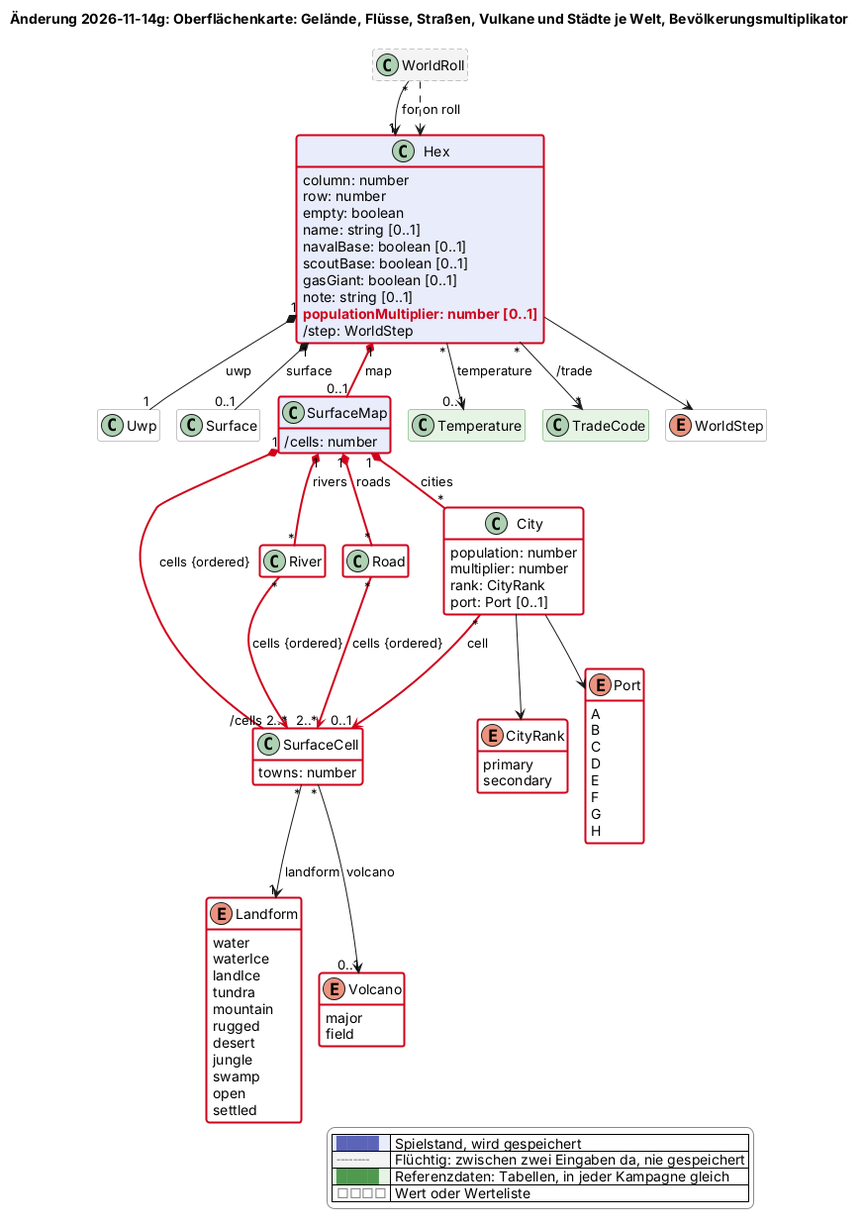
Above: docs/changes/2026-11-14-oberflaechenkarte.png in scuzzar/SRE (PlantUML), before the change.
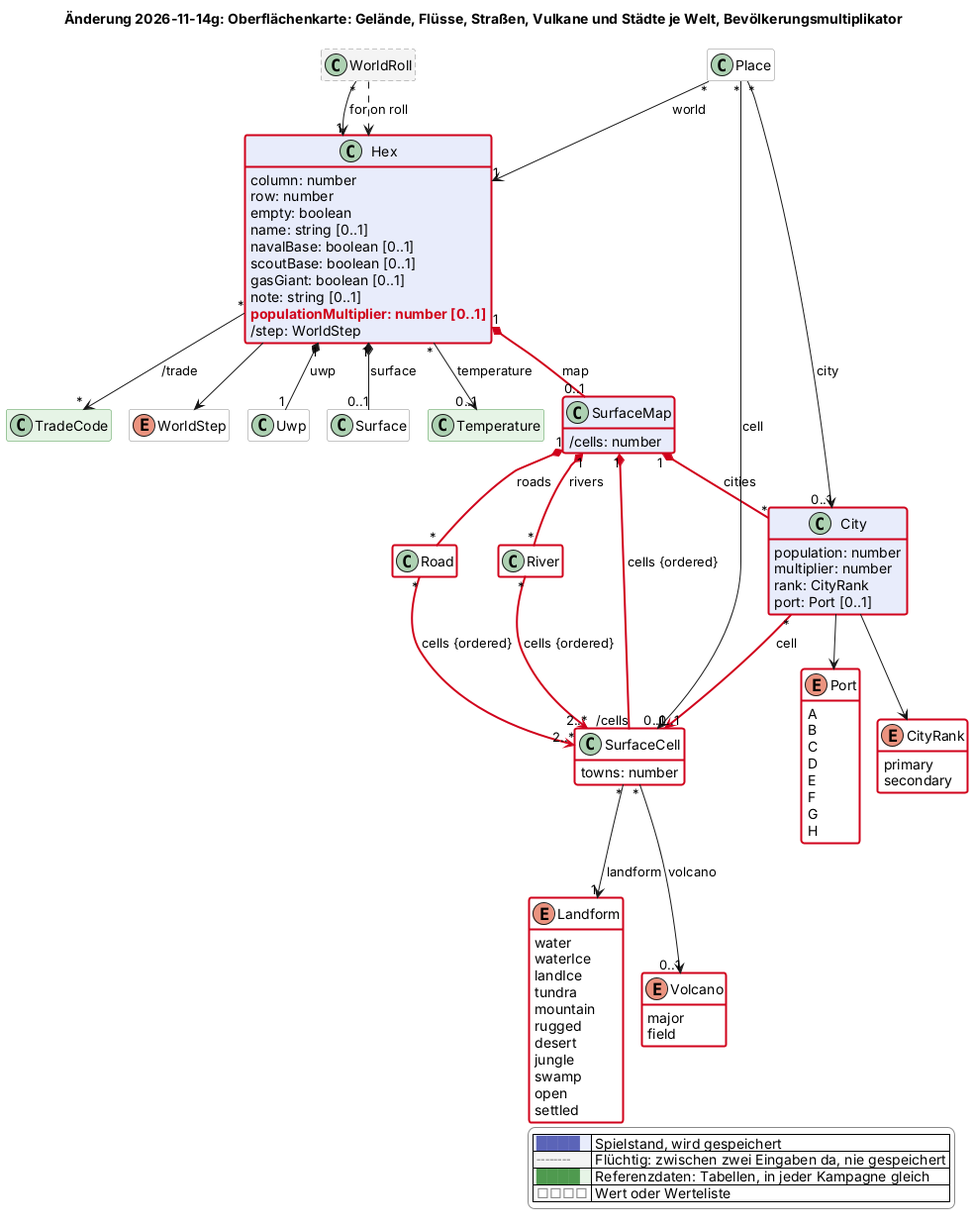
Above is the later version.

The edit, as a diff of the source:
```diff
@@ -115,7 +115,7 @@
     major
     field
   }
-  class City <<value>> $oberflaeche $newClass("2026-11-14g") {
+  class City $oberflaeche $newClass("2026-11-14g") {
     population: number
     multiplier: number
     rank: CityRank
@@ -135,6 +135,7 @@
     G
     H
   }
+  class Place <<value>> $oberflaeche $newClass("2026-11-14h")
   class Temperature <<reference>> $sektor
   class TradeCode <<reference>> $sektor
   enum WorldStep <<value>> $sektor
@@ -160,6 +161,9 @@
 River "*" -$newArrow("2026-11-14g")-> "2..*" SurfaceCell : cells {ordered}
 Road "*" -$newArrow("2026-11-14g")-> "2..*" SurfaceCell : cells {ordered}
 City "*" -$newArrow("2026-11-14g")-> "0..1" SurfaceCell : cell
+Place "*" -$newArrow("2026-11-14h")-> "1" Hex : world
+Place "*" -$newArrow("2026-11-14h")-> "0..1" SurfaceCell : cell
+Place "*" -$newArrow("2026-11-14h")-> "0..1" City : city
 City --> CityRank
 City --> Port
 
```
